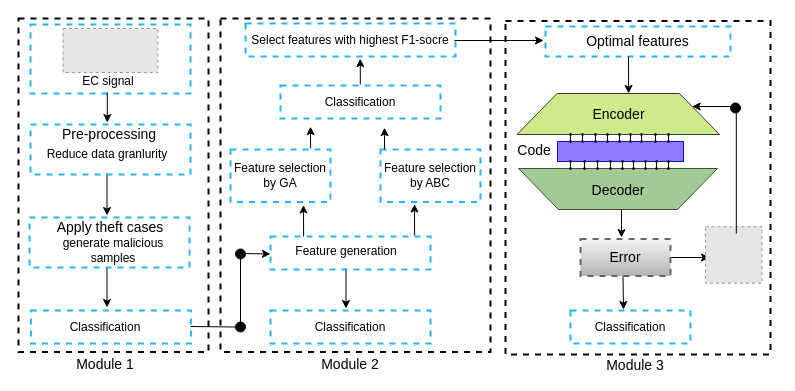
Above: j2_systemModel.drawio in Faisalse/j1_smartgrid (draw.io), before the change. Source tidied: cells renumbered, new cells numbered last; positions are measured from the earlier drawing's top-left corner, leaving out a move shared by most shapes. Both pictures are drawn from the tidied source at 100%, with x=0, y=0 at pixel (18, 18). Pictures stored in the file or linked from it are replaced by grey dashed boxes.
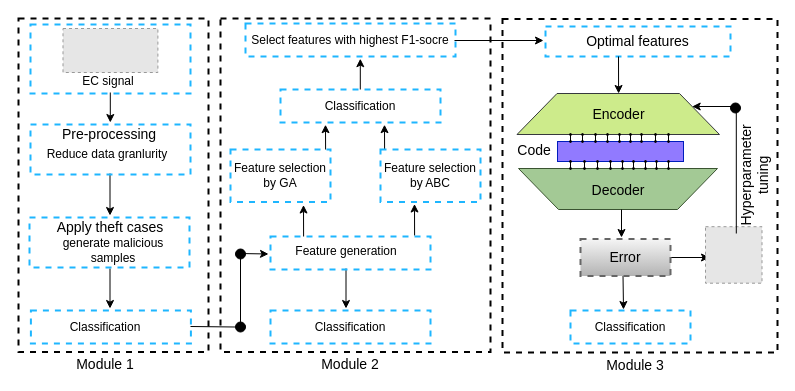
After the change.

Change to the diagram source:
```diff
@@
+    <mxCell id="21" style="rounded=0;whiteSpace=wrap;html=1;strokeWidth=2;fillColor=none;dashed=1;" parent="1" vertex="1">
+      <mxGeometry width="190" height="333.5" as="geometry" />
+    </mxCell>
+    <mxCell id="26" style="rounded=0;whiteSpace=wrap;html=1;strokeWidth=2;fillColor=none;dashed=1;" parent="1" vertex="1">
+      <mxGeometry x="202" width="270" height="333.5" as="geometry" />
+    </mxCell>
+    <mxCell id="57" style="endArrow=classic;html=1;exitX=0.138;exitY=-0.091;exitDx=0;exitDy=0;exitPerimeter=0;" parent="1" edge="1">
+      <mxGeometry relative="1" as="geometry">
+        <mxPoint x="366.1" y="131" as="sourcePoint" />
+        <mxPoint x="366" y="106.2" as="targetPoint" />
+      </mxGeometry>
+    </mxCell>
+    <mxCell id="25" style="endArrow=classic;html=1;" parent="1" edge="1">
+      <mxGeometry relative="1" as="geometry">
+        <mxPoint x="91.8" y="74" as="sourcePoint" />
+        <mxPoint x="91.8" y="104" as="targetPoint" />
+      </mxGeometry>
+    </mxCell>
     <mxCell id="2" style="rounded=0;whiteSpace=wrap;html=1;strokeWidth=2;fillColor=none;dashed=1;" parent="1" vertex="1">
-      <mxGeometry x="487" y="2.5" width="265" height="333.5" as="geometry" />
+      <mxGeometry x="484" y="0.5" width="275" height="333.5" as="geometry" />
     </mxCell>
@@
-    <mxCell id="21" style="rounded=0;whiteSpace=wrap;html=1;strokeWidth=2;fillColor=none;dashed=1;" parent="1" vertex="1">
-      <mxGeometry width="190" height="333.5" as="geometry" />
-    </mxCell>
@@
-    <mxCell id="25" style="endArrow=classic;html=1;" parent="1" edge="1">
-      <mxGeometry relative="1" as="geometry">
-        <mxPoint x="88.8" y="74" as="sourcePoint" />
-        <mxPoint x="88.8" y="104" as="targetPoint" />
-      </mxGeometry>
-    </mxCell>
-    <mxCell id="26" style="rounded=0;whiteSpace=wrap;html=1;strokeWidth=2;fillColor=none;dashed=1;" parent="1" vertex="1">
-      <mxGeometry x="202" width="270" height="333.5" as="geometry" />
-    </mxCell>
     <mxCell id="27" style="endArrow=classic;html=1;exitX=0.138;exitY=-0.091;exitDx=0;exitDy=0;exitPerimeter=0;" parent="1" edge="1">
       <mxGeometry relative="1" as="geometry">
-        <mxPoint x="341.8" y="66" as="sourcePoint" />
+        <mxPoint x="341.8" y="71" as="sourcePoint" />
         <mxPoint x="341.8" y="40.2" as="targetPoint" />
       </mxGeometry>
     </mxCell>
     <mxCell id="28" style="endArrow=classic;html=1;exitX=0.138;exitY=-0.091;exitDx=0;exitDy=0;exitPerimeter=0;" parent="1" edge="1">
       <mxGeometry relative="1" as="geometry">
-        <mxPoint x="292.1" y="130" as="sourcePoint" />
-        <mxPoint x="292" y="108.2" as="targetPoint" />
+        <mxPoint x="307.1" y="131" as="sourcePoint" />
+        <mxPoint x="307" y="106.2" as="targetPoint" />
       </mxGeometry>
     </mxCell>
@@
     <mxCell id="30" style="endArrow=classic;html=1;" parent="1" edge="1">
       <mxGeometry relative="1" as="geometry">
-        <mxPoint x="88.5" y="155" as="sourcePoint" />
-        <mxPoint x="88.5" y="197" as="targetPoint" />
+        <mxPoint x="91.5" y="155" as="sourcePoint" />
+        <mxPoint x="91.5" y="197" as="targetPoint" />
       </mxGeometry>
     </mxCell>
     <mxCell id="31" style="endArrow=classic;html=1;" parent="1" edge="1">
       <mxGeometry relative="1" as="geometry">
-        <mxPoint x="88.5" y="249" as="sourcePoint" />
-        <mxPoint x="88.5" y="289" as="targetPoint" />
+        <mxPoint x="91.5" y="250" as="sourcePoint" />
+        <mxPoint x="91.5" y="290" as="targetPoint" />
       </mxGeometry>
     </mxCell>
@@
     <mxCell id="50" style="endArrow=classic;html=1;endFill=1;" parent="1" edge="1">
       <mxGeometry relative="1" as="geometry">
-        <mxPoint x="222" y="235" as="sourcePoint" />
-        <mxPoint x="252" y="235.5" as="targetPoint" />
+        <mxPoint x="220" y="235" as="sourcePoint" />
+        <mxPoint x="250" y="235.5" as="targetPoint" />
       </mxGeometry>
     </mxCell>
@@
     <mxCell id="56" value="Classification" style="rounded=0;whiteSpace=wrap;html=1;dashed=1;strokeWidth=2;fillColor=none;strokeColor=#1EB6FF;" parent="1" vertex="1">
-      <mxGeometry x="262" y="67" width="160" height="33" as="geometry" />
+      <mxGeometry x="262" y="71" width="160" height="33" as="geometry" />
     </mxCell>
-    <mxCell id="57" style="endArrow=classic;html=1;exitX=0.138;exitY=-0.091;exitDx=0;exitDy=0;exitPerimeter=0;" parent="1" edge="1">
-      <mxGeometry relative="1" as="geometry">
-        <mxPoint x="366.1" y="131" as="sourcePoint" />
-        <mxPoint x="366" y="109.2" as="targetPoint" />
-      </mxGeometry>
-    </mxCell>
@@
     <mxCell id="75" style="endArrow=classic;html=1;exitX=1;exitY=0.5;exitDx=0;exitDy=0;entryX=0.551;entryY=-0.122;entryDx=0;entryDy=0;entryPerimeter=0;" parent="1" edge="1">
       <mxGeometry relative="1" as="geometry">
-        <mxPoint x="610" y="38" as="sourcePoint" />
-        <mxPoint x="610.1" y="75" as="targetPoint" />
+        <mxPoint x="600" y="38" as="sourcePoint" />
+        <mxPoint x="600.1" y="75" as="targetPoint" />
       </mxGeometry>
     </mxCell>
@@
+    <mxCell id="126" value="&lt;font style=&quot;font-size: 14px&quot;&gt;Hyperparameter tuning&lt;/font&gt;" style="text;html=1;strokeColor=none;fillColor=none;align=center;verticalAlign=middle;whiteSpace=wrap;rounded=0;rotation=-90;" parent="1" vertex="1">
+      <mxGeometry x="677.9" y="146.9" width="115" height="20" as="geometry" />
+    </mxCell>
```
